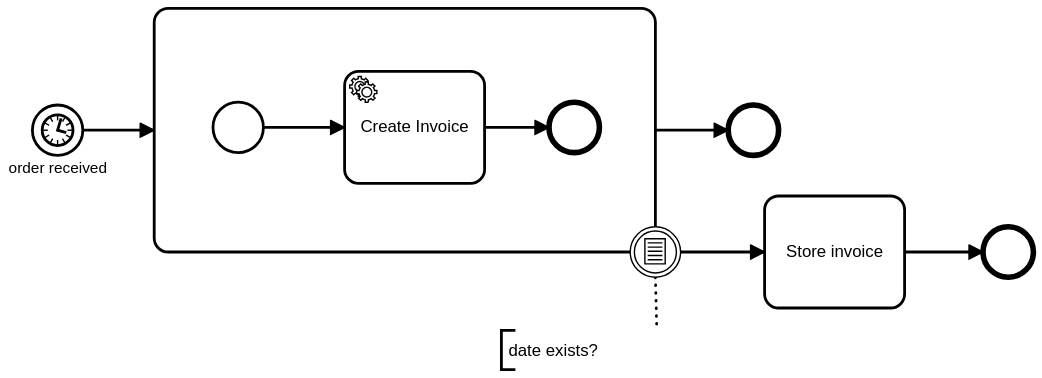
The BPMN diagram examples/order/assets/order.svg in camunda/camunda-external-task-client-js, before a commit. Its source is kept beside it as examples/order/assets/order.bpmn. Ids are renumbered.
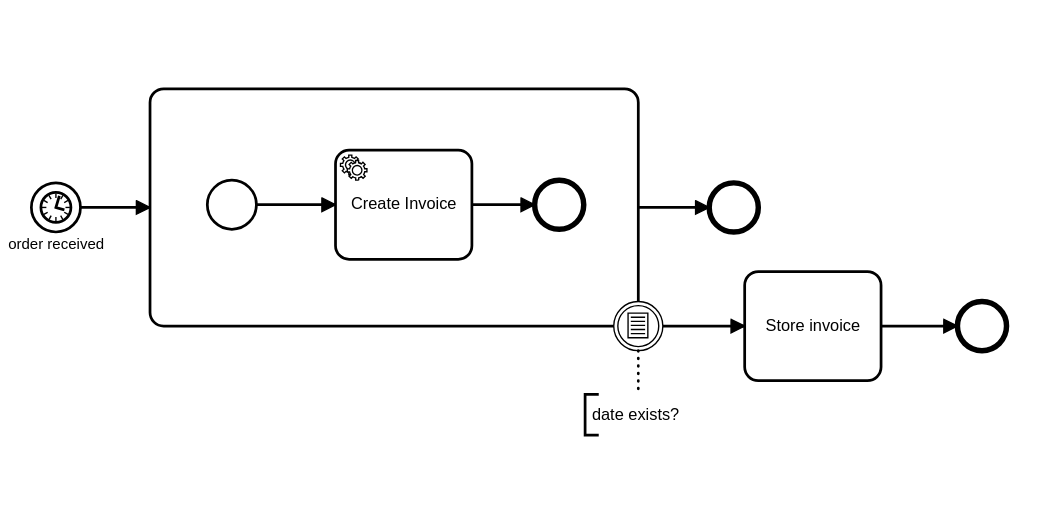
Later version of the same file.

Commit message:
chore(examples): update example svg

Diff of the diagram source:
```diff
@@ -33,7 +33,7 @@
     <bpmn:startEvent id="StartEvent_1" name="order received">
       <bpmn:outgoing>SequenceFlow_n2</bpmn:outgoing>
       <bpmn:timerEventDefinition>
-        <bpmn:timeDuration xsi:type="bpmn:tFormalExpression">R0/PT1S</bpmn:timeDuration>
+        <bpmn:timeDuration xsi:type="bpmn:tFormalExpression">R10/PT5S</bpmn:timeDuration>
       </bpmn:timerEventDefinition>
     </bpmn:startEvent>
     <bpmn:boundaryEvent id="BoundaryEvent_n14" attachedToRef="Task_n3">
@@ -112,11 +112,11 @@
         </bpmndi:BPMNLabel>
       </bpmndi:BPMNEdge>
       <bpmndi:BPMNShape id="TextAnnotation_n16_di" bpmnElement="TextAnnotation_n16">
-        <dc:Bounds x="835" y="425" width="219" height="28" />
+        <dc:Bounds x="906" y="419" width="78" height="30" />
       </bpmndi:BPMNShape>
       <bpmndi:BPMNEdge id="Association_n17_di" bpmnElement="Association_n17">
         <di:waypoint x="945" y="387" />
-        <di:waypoint x="946" y="425" />
+        <di:waypoint x="945" y="419" />
       </bpmndi:BPMNEdge>
       <bpmndi:BPMNShape id="Task_n15_di" bpmnElement="Task_n15">
         <dc:Bounds x="1023" y="329" width="100" height="80" />
```
